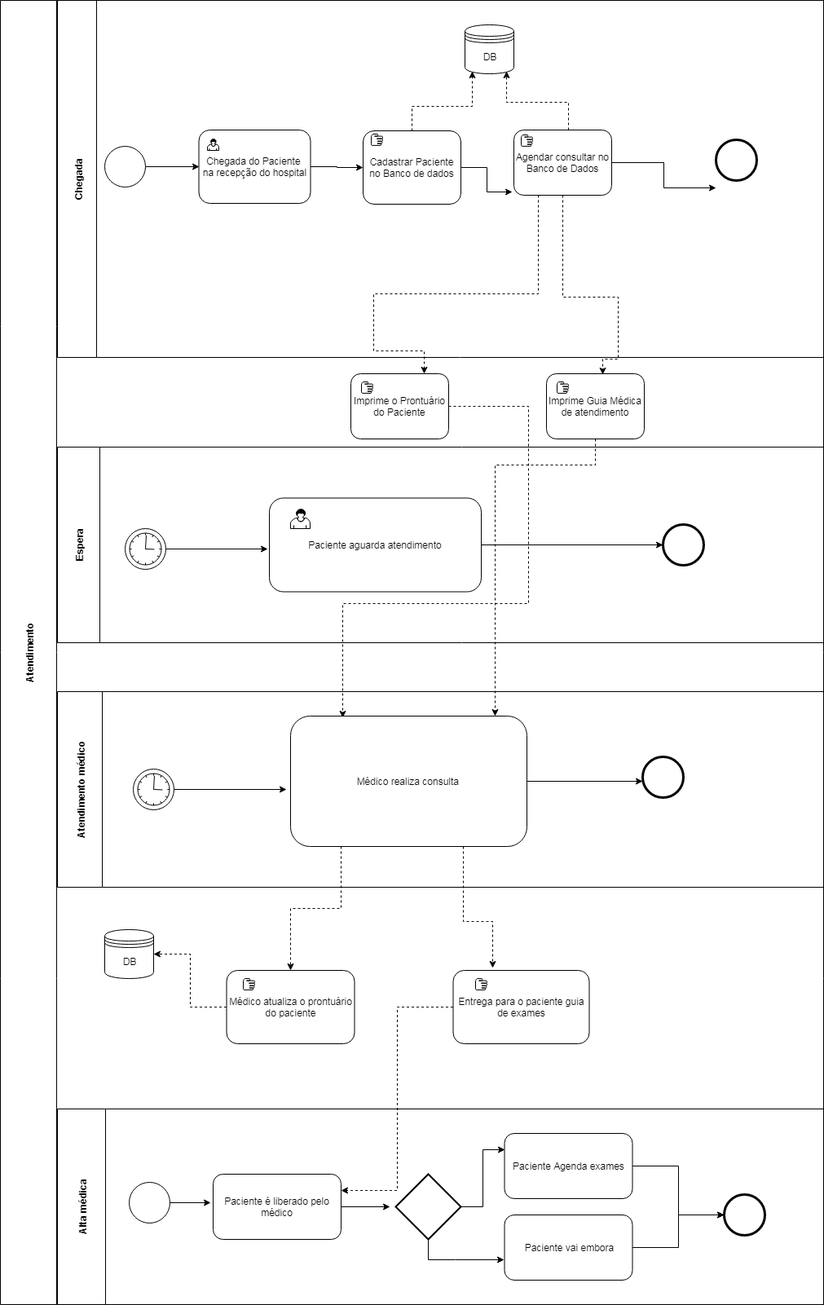
The draw.io diagram Untitled Diagram.png in ArieiiV/BPMN, before a commit. Source tidied: cells renumbered, new cells last; positions are measured from the earlier drawing's top-left corner, leaving out a move shared by most shapes.
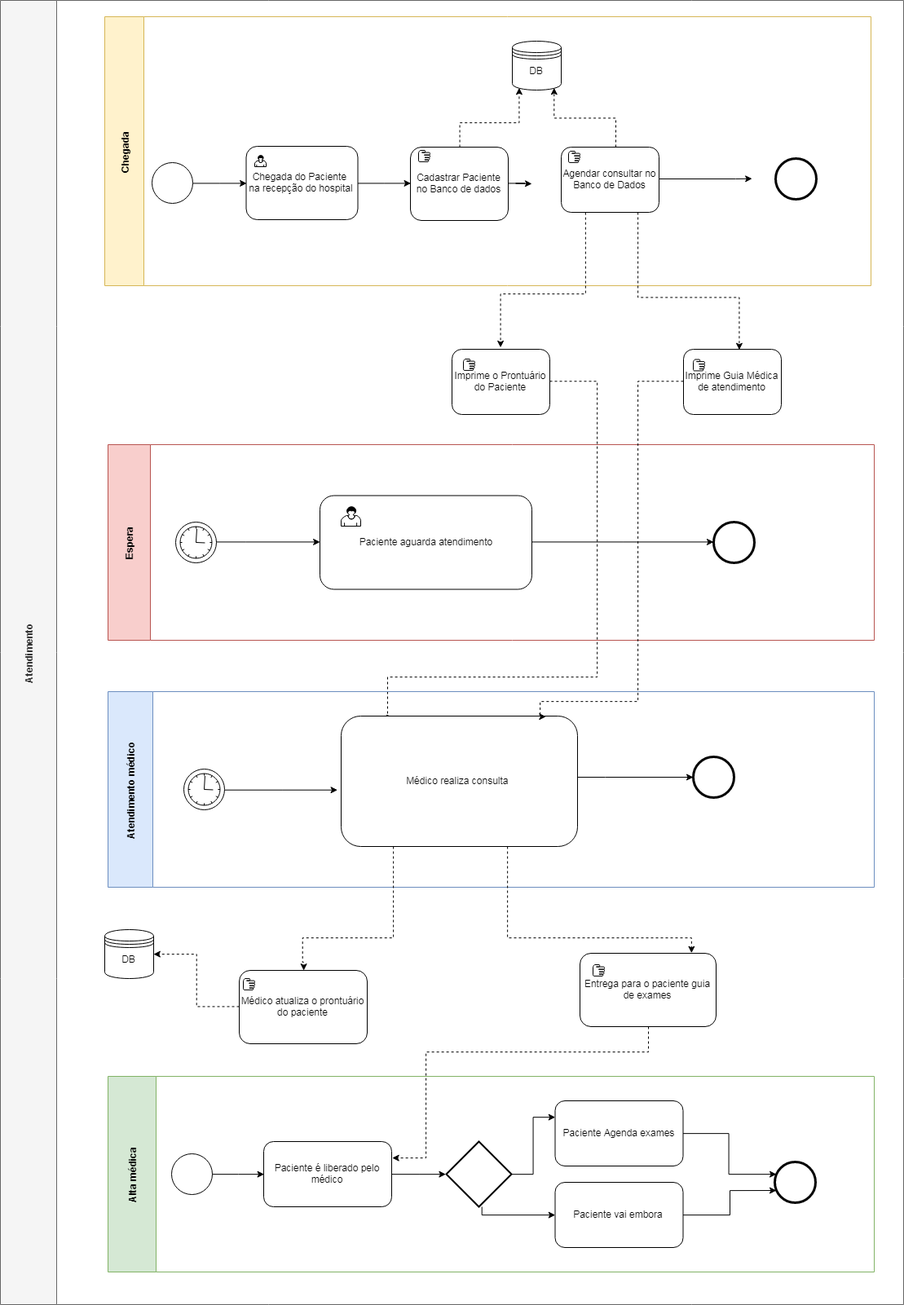
The same file after the commit.

Diff of the diagram source:
```diff
@@ -2,11 +2,11 @@
   <root>
     <mxCell id="0" />
     <mxCell id="1" parent="0" />
-    <mxCell id="2" value="Atendimento" style="swimlane;html=1;horizontal=0;startSize=69;" parent="1" vertex="1">
-      <mxGeometry width="1010" height="1600" as="geometry" />
+    <mxCell id="2" value="Atendimento" style="swimlane;html=1;horizontal=0;startSize=69;fillColor=#f5f5f5;strokeColor=#666666;fontColor=#333333;" parent="1" vertex="1">
+      <mxGeometry width="1108" height="1600" as="geometry" />
     </mxCell>
-    <mxCell id="3" value="Chegada" style="swimlane;html=1;horizontal=0;startSize=48;" parent="2" vertex="1">
-      <mxGeometry x="70" width="940" height="438" as="geometry" />
+    <mxCell id="3" value="Chegada" style="swimlane;html=1;horizontal=0;startSize=48;fillColor=#fff2cc;strokeColor=#d6b656;" parent="2" vertex="1">
+      <mxGeometry x="128" y="20" width="940" height="330" as="geometry" />
     </mxCell>
     <mxCell id="4" style="edgeStyle=orthogonalEdgeStyle;rounded=0;jettySize=auto;html=1;entryX=0;entryY=0.5;entryDx=0;entryDy=0;" parent="3" edge="1" source="5" target="14">
       <mxGeometry relative="1" as="geometry" />
@@ -37,13 +37,13 @@
       </mxGeometry>
     </mxCell>
     <mxCell id="10" value="Agendar consultar no Banco de Dados" style="shape=ext;rounded=1;html=1;whiteSpace=wrap;" parent="3" vertex="1">
-      <mxGeometry x="560" y="159" width="120" height="80" as="geometry" />
+      <mxGeometry x="560" y="160" width="120" height="80" as="geometry" />
     </mxCell>
     <mxCell id="11" style="shape=mxgraph.bpmn.manual_task;html=1;" parent="3" vertex="1">
       <mxGeometry x="569" y="165" width="14" height="14" as="geometry" />
     </mxCell>
     <mxCell id="12" style="shape=mxgraph.bpmn.shape;html=1;verticalLabelPosition=bottom;labelBackgroundColor=#ffffff;verticalAlign=top;align=center;perimeter=ellipsePerimeter;outline=end;symbol=general;" parent="3" vertex="1">
-      <mxGeometry x="808" y="171" width="50" height="50" as="geometry" />
+      <mxGeometry x="823" y="174" width="50" height="50" as="geometry" />
     </mxCell>
     <mxCell id="13" style="edgeStyle=orthogonalEdgeStyle;rounded=0;jettySize=auto;html=1;entryX=0.5;entryY=1;entryDx=0;entryDy=0;" parent="3" edge="1" source="14" target="7">
       <mxGeometry relative="1" as="geometry" />
@@ -60,23 +60,23 @@
     <mxCell id="17" style="edgeStyle=orthogonalEdgeStyle;rounded=0;jettySize=auto;html=1;entryX=0.221;entryY=0.013;entryDx=0;entryDy=0;entryPerimeter=0;dashed=1;" parent="2" edge="1" source="18" target="30">
       <mxGeometry relative="1" as="geometry">
         <Array as="points">
-          <mxPoint x="648" y="498" />
-          <mxPoint x="648" y="740" />
-          <mxPoint x="420" y="740" />
+          <mxPoint x="732" y="468" />
+          <mxPoint x="732" y="830" />
+          <mxPoint x="475" y="830" />
         </Array>
       </mxGeometry>
     </mxCell>
     <mxCell id="18" value="Imprime o Prontuário do Paciente" style="shape=ext;rounded=1;html=1;whiteSpace=wrap;" parent="2" vertex="1">
-      <mxGeometry x="430" y="458" width="120" height="80" as="geometry" />
+      <mxGeometry x="554" y="428" width="120" height="80" as="geometry" />
     </mxCell>
     <mxCell id="19" value="Imprime Guia Médica de atendimento" style="shape=ext;rounded=1;html=1;whiteSpace=wrap;" parent="2" vertex="1">
-      <mxGeometry x="670" y="458" width="120" height="80" as="geometry" />
+      <mxGeometry x="838" y="428" width="120" height="80" as="geometry" />
     </mxCell>
-    <mxCell id="20" value="Espera" style="swimlane;html=1;horizontal=0;startSize=52;" parent="2" vertex="1">
-      <mxGeometry x="70" y="548" width="940" height="240" as="geometry" />
+    <mxCell id="20" value="Espera" style="swimlane;html=1;horizontal=0;startSize=52;fillColor=#f8cecc;strokeColor=#b85450;" parent="2" vertex="1">
+      <mxGeometry x="132" y="545" width="940" height="240" as="geometry" />
     </mxCell>
     <mxCell id="21" style="shape=mxgraph.bpmn.shape;html=1;verticalLabelPosition=bottom;labelBackgroundColor=#ffffff;verticalAlign=top;align=center;perimeter=ellipsePerimeter;outlineConnect=0;outline=standard;symbol=timer;" parent="20" vertex="1">
-      <mxGeometry x="83" y="100" width="50" height="50" as="geometry" />
+      <mxGeometry x="83" y="95" width="50" height="50" as="geometry" />
     </mxCell>
     <mxCell id="22" style="edgeStyle=orthogonalEdgeStyle;rounded=0;jettySize=auto;html=1;entryX=0;entryY=0.5;entryDx=0;entryDy=0;" parent="20" edge="1" source="23" target="24">
       <mxGeometry relative="1" as="geometry" />
@@ -90,24 +90,30 @@
     <mxCell id="25" style="shape=mxgraph.bpmn.user_task;html=1;" parent="20" vertex="1">
       <mxGeometry x="286" y="76" width="24" height="24" as="geometry" />
     </mxCell>
+    <mxCell id="56" style="edgeStyle=orthogonalEdgeStyle;rounded=0;jettySize=auto;html=1;entryX=0;entryY=0.5;entryDx=0;entryDy=0;" parent="20" edge="1" source="21" target="23">
+      <mxGeometry relative="1" as="geometry">
+        <Array as="points">
+          <mxPoint x="169" y="120" />
+          <mxPoint x="169" y="120" />
+        </Array>
+      </mxGeometry>
+    </mxCell>
     <mxCell id="26" style="shape=mxgraph.bpmn.manual_task;html=1;" parent="2" vertex="1">
-      <mxGeometry x="443" y="468" width="14" height="14" as="geometry" />
+      <mxGeometry x="568" y="440" width="14" height="14" as="geometry" />
     </mxCell>
     <mxCell id="27" style="shape=mxgraph.bpmn.manual_task;html=1;" parent="2" vertex="1">
-      <mxGeometry x="683" y="468" width="14" height="14" as="geometry" />
+      <mxGeometry x="850" y="440.5" width="14" height="14" as="geometry" />
     </mxCell>
-    <mxCell id="28" style="edgeStyle=orthogonalEdgeStyle;rounded=0;jettySize=auto;html=1;exitX=0.25;exitY=1;exitDx=0;exitDy=0;entryX=0.75;entryY=0;entryDx=0;entryDy=0;dashed=1;" parent="2" edge="1" source="10" target="18">
+    <mxCell id="28" style="edgeStyle=orthogonalEdgeStyle;rounded=0;jettySize=auto;html=1;exitX=0.25;exitY=1;exitDx=0;exitDy=0;dashed=1;entryX=0.497;entryY=-0.03;entryDx=0;entryDy=0;entryPerimeter=0;" parent="2" edge="1" source="10" target="18">
       <mxGeometry relative="1" as="geometry">
         <Array as="points">
-          <mxPoint x="660" y="360" />
-          <mxPoint x="458" y="360" />
-          <mxPoint x="458" y="430" />
-          <mxPoint x="520" y="430" />
+          <mxPoint x="718" y="360" />
+          <mxPoint x="614" y="360" />
         </Array>
       </mxGeometry>
     </mxCell>
-    <mxCell id="29" value="Atendimento médico" style="swimlane;html=1;horizontal=0;startSize=55;" parent="2" vertex="1">
-      <mxGeometry x="70" y="848" width="940" height="240" as="geometry" />
+    <mxCell id="29" value="Atendimento médico" style="swimlane;html=1;horizontal=0;startSize=55;fillColor=#dae8fc;strokeColor=#6c8ebf;" parent="2" vertex="1">
+      <mxGeometry x="132" y="848" width="940" height="240" as="geometry" />
     </mxCell>
     <mxCell id="30" value="Médico realiza consulta&amp;nbsp;" style="shape=ext;rounded=1;html=1;whiteSpace=wrap;" parent="29" vertex="1">
       <mxGeometry x="286" y="30" width="290" height="160" as="geometry" />
@@ -121,63 +127,82 @@
     <mxCell id="33" style="shape=mxgraph.bpmn.shape;html=1;verticalLabelPosition=bottom;labelBackgroundColor=#ffffff;verticalAlign=top;align=center;perimeter=ellipsePerimeter;outlineConnect=0;outline=end;symbol=general;" parent="29" vertex="1">
       <mxGeometry x="718" y="80" width="50" height="50" as="geometry" />
     </mxCell>
+    <mxCell id="57" style="edgeStyle=orthogonalEdgeStyle;rounded=0;jettySize=auto;html=1;" parent="29" edge="1" source="30" target="33">
+      <mxGeometry relative="1" as="geometry">
+        <Array as="points">
+          <mxPoint x="610" y="105" />
+          <mxPoint x="610" y="105" />
+        </Array>
+      </mxGeometry>
+    </mxCell>
     <mxCell id="34" style="edgeStyle=orthogonalEdgeStyle;rounded=0;jettySize=auto;html=1;entryX=1;entryY=0.5;entryDx=0;entryDy=0;dashed=1;" parent="2" edge="1" source="35" target="51">
       <mxGeometry relative="1" as="geometry" />
     </mxCell>
     <mxCell id="35" value="Médico atualiza o prontuário do paciente" style="shape=ext;rounded=1;html=1;whiteSpace=wrap;" parent="2" vertex="1">
-      <mxGeometry x="277.5" y="1190" width="157" height="90" as="geometry" />
+      <mxGeometry x="293" y="1190" width="157" height="90" as="geometry" />
     </mxCell>
     <mxCell id="36" style="edgeStyle=orthogonalEdgeStyle;rounded=0;jettySize=auto;html=1;entryX=1;entryY=0.25;entryDx=0;entryDy=0;dashed=1;" parent="2" edge="1" source="37" target="47">
-      <mxGeometry relative="1" as="geometry" />
+      <mxGeometry relative="1" as="geometry">
+        <Array as="points">
+          <mxPoint x="795" y="1290" />
+          <mxPoint x="522" y="1290" />
+          <mxPoint x="522" y="1420" />
+        </Array>
+      </mxGeometry>
     </mxCell>
     <mxCell id="37" value="Entrega para o paciente guia de exames" style="shape=ext;rounded=1;html=1;whiteSpace=wrap;" parent="2" vertex="1">
-      <mxGeometry x="555.5" y="1190" width="167" height="90" as="geometry" />
+      <mxGeometry x="711" y="1169" width="167" height="90" as="geometry" />
     </mxCell>
     <mxCell id="38" style="edgeStyle=orthogonalEdgeStyle;rounded=0;jettySize=auto;html=1;entryX=0.575;entryY=0.013;entryDx=0;entryDy=0;entryPerimeter=0;dashed=1;" parent="2" edge="1" source="10" target="19">
       <mxGeometry relative="1" as="geometry">
         <Array as="points">
-          <mxPoint x="690" y="364" />
-          <mxPoint x="758" y="364" />
-          <mxPoint x="758" y="440" />
-          <mxPoint x="739" y="440" />
+          <mxPoint x="782" y="364" />
+          <mxPoint x="907" y="364" />
         </Array>
       </mxGeometry>
     </mxCell>
     <mxCell id="39" style="edgeStyle=orthogonalEdgeStyle;rounded=0;jettySize=auto;html=1;dashed=1;entryX=0.866;entryY=0;entryDx=0;entryDy=0;entryPerimeter=0;" parent="2" edge="1" source="19" target="30">
       <mxGeometry relative="1" as="geometry">
         <Array as="points">
-          <mxPoint x="730" y="570" />
-          <mxPoint x="607" y="570" />
+          <mxPoint x="782" y="468" />
+          <mxPoint x="782" y="860" />
+          <mxPoint x="662" y="860" />
         </Array>
       </mxGeometry>
     </mxCell>
     <mxCell id="40" style="edgeStyle=orthogonalEdgeStyle;rounded=0;jettySize=auto;html=1;entryX=0.5;entryY=0;entryDx=0;entryDy=0;dashed=1;" parent="2" edge="1" source="30" target="35">
       <mxGeometry relative="1" as="geometry">
         <Array as="points">
-          <mxPoint x="418" y="1114" />
-          <mxPoint x="356" y="1114" />
+          <mxPoint x="482" y="1150" />
+          <mxPoint x="371" y="1150" />
+          <mxPoint x="371" y="1180" />
         </Array>
       </mxGeometry>
     </mxCell>
-    <mxCell id="41" style="edgeStyle=orthogonalEdgeStyle;rounded=0;jettySize=auto;html=1;entryX=0.29;entryY=-0.033;entryDx=0;entryDy=0;entryPerimeter=0;dashed=1;" parent="2" edge="1" source="30" target="37">
+    <mxCell id="41" style="edgeStyle=orthogonalEdgeStyle;rounded=0;jettySize=auto;html=1;dashed=1;entryX=0.818;entryY=0;entryDx=0;entryDy=0;entryPerimeter=0;" parent="2" edge="1" source="30" target="37">
       <mxGeometry relative="1" as="geometry">
         <Array as="points">
-          <mxPoint x="568" y="1130" />
-          <mxPoint x="604" y="1130" />
+          <mxPoint x="622" y="1150" />
+          <mxPoint x="848" y="1150" />
         </Array>
       </mxGeometry>
     </mxCell>
-    <mxCell id="42" value="Alta médica" style="swimlane;html=1;horizontal=0;startSize=59;" parent="2" vertex="1">
-      <mxGeometry x="70" y="1360" width="940" height="240" as="geometry" />
+    <mxCell id="42" value="Alta médica" style="swimlane;html=1;horizontal=0;startSize=59;fillColor=#d5e8d4;strokeColor=#82b366;" parent="2" vertex="1">
+      <mxGeometry x="132" y="1320" width="940" height="240" as="geometry" />
     </mxCell>
-    <mxCell id="43" style="edgeStyle=orthogonalEdgeStyle;rounded=0;jettySize=auto;html=1;entryX=0;entryY=0.5;entryDx=0;entryDy=0;" parent="42" edge="1" source="44" target="50">
-      <mxGeometry relative="1" as="geometry" />
+    <mxCell id="43" style="edgeStyle=orthogonalEdgeStyle;rounded=0;jettySize=auto;html=1;" parent="42" edge="1" source="44" target="50">
+      <mxGeometry relative="1" as="geometry">
+        <Array as="points">
+          <mxPoint x="762" y="70" />
+          <mxPoint x="762" y="120" />
+        </Array>
+      </mxGeometry>
     </mxCell>
     <mxCell id="44" value="Paciente Agenda exames" style="shape=ext;rounded=1;html=1;whiteSpace=wrap;" parent="42" vertex="1">
       <mxGeometry x="548.5" y="30" width="157" height="80" as="geometry" />
     </mxCell>
     <mxCell id="45" style="shape=mxgraph.bpmn.shape;html=1;verticalLabelPosition=bottom;labelBackgroundColor=#ffffff;verticalAlign=top;align=center;perimeter=ellipsePerimeter;outlineConnect=0;outline=standard;symbol=general;" parent="42" vertex="1">
-      <mxGeometry x="88" y="90" width="50" height="50" as="geometry" />
+      <mxGeometry x="78" y="95" width="50" height="50" as="geometry" />
     </mxCell>
     <mxCell id="46" style="strokeWidth=2;html=1;shape=mxgraph.flowchart.decision;whiteSpace=wrap;" parent="42" vertex="1">
       <mxGeometry x="415" y="80" width="80" height="80" as="geometry" />
@@ -194,6 +219,19 @@
     <mxCell id="50" style="shape=mxgraph.bpmn.shape;html=1;verticalLabelPosition=bottom;labelBackgroundColor=#ffffff;verticalAlign=top;align=center;perimeter=ellipsePerimeter;outlineConnect=0;outline=end;symbol=general;" parent="42" vertex="1">
       <mxGeometry x="818" y="105" width="50" height="50" as="geometry" />
     </mxCell>
+    <mxCell id="60" style="edgeStyle=orthogonalEdgeStyle;rounded=0;jettySize=auto;html=1;entryX=0;entryY=0.5;entryDx=0;entryDy=0;" parent="42" edge="1" source="46" target="48">
+      <mxGeometry relative="1" as="geometry">
+        <Array as="points">
+          <mxPoint x="459" y="170" />
+        </Array>
+      </mxGeometry>
+    </mxCell>
+    <mxCell id="58" style="edgeStyle=orthogonalEdgeStyle;rounded=0;jettySize=auto;html=1;entryX=0;entryY=0.5;entryDx=0;entryDy=0;" parent="42" edge="1" source="45" target="47">
+      <mxGeometry relative="1" as="geometry" />
+    </mxCell>
+    <mxCell id="59" style="edgeStyle=orthogonalEdgeStyle;rounded=0;jettySize=auto;html=1;entryX=0;entryY=0.5;entryDx=0;entryDy=0;entryPerimeter=0;" parent="42" edge="1" source="47" target="46">
+      <mxGeometry relative="1" as="geometry" />
+    </mxCell>
     <mxCell id="51" value="DB" style="shape=datastore;whiteSpace=wrap;html=1;" parent="2" vertex="1">
       <mxGeometry x="128" y="1140" width="60" height="60" as="geometry" />
     </mxCell>
@@ -201,50 +239,24 @@
       <mxGeometry x="298" y="1200" width="14" height="14" as="geometry" />
     </mxCell>
     <mxCell id="53" style="shape=mxgraph.bpmn.manual_task;html=1;" parent="2" vertex="1">
-      <mxGeometry x="583" y="1200" width="14" height="14" as="geometry" />
+      <mxGeometry x="727" y="1183" width="14" height="14" as="geometry" />
     </mxCell>
     <mxCell id="54" style="edgeStyle=orthogonalEdgeStyle;rounded=0;jettySize=auto;html=1;" parent="1" edge="1" source="7">
       <mxGeometry relative="1" as="geometry">
-        <mxPoint x="628" y="235" as="targetPoint" />
+        <mxPoint x="652" y="225" as="targetPoint" />
       </mxGeometry>
     </mxCell>
     <mxCell id="55" style="edgeStyle=orthogonalEdgeStyle;rounded=0;jettySize=auto;html=1;" parent="1" edge="1" source="10">
       <mxGeometry relative="1" as="geometry">
-        <mxPoint x="878" y="230" as="targetPoint" />
+        <mxPoint x="922" y="219" as="targetPoint" />
+        <Array as="points">
+          <mxPoint x="902" y="219" />
+        </Array>
       </mxGeometry>
     </mxCell>
-    <mxCell id="56" style="edgeStyle=orthogonalEdgeStyle;rounded=0;jettySize=auto;html=1;" parent="1" edge="1" source="21">
-      <mxGeometry relative="1" as="geometry">
-        <mxPoint x="328" y="673" as="targetPoint" />
-      </mxGeometry>
-    </mxCell>
-    <mxCell id="57" style="edgeStyle=orthogonalEdgeStyle;rounded=0;jettySize=auto;html=1;" parent="1" edge="1" source="30">
-      <mxGeometry relative="1" as="geometry">
-        <mxPoint x="788" y="958" as="targetPoint" />
-      </mxGeometry>
-    </mxCell>
-    <mxCell id="58" style="edgeStyle=orthogonalEdgeStyle;rounded=0;jettySize=auto;html=1;" parent="1" edge="1" source="45">
-      <mxGeometry relative="1" as="geometry">
-        <mxPoint x="258" y="1475" as="targetPoint" />
-      </mxGeometry>
-    </mxCell>
-    <mxCell id="59" style="edgeStyle=orthogonalEdgeStyle;rounded=0;jettySize=auto;html=1;" parent="1" edge="1" source="47">
-      <mxGeometry relative="1" as="geometry">
-        <mxPoint x="478" y="1480" as="targetPoint" />
-      </mxGeometry>
-    </mxCell>
-    <mxCell id="60" style="edgeStyle=orthogonalEdgeStyle;rounded=0;jettySize=auto;html=1;" parent="1" edge="1" source="46">
-      <mxGeometry relative="1" as="geometry">
-        <mxPoint x="618" y="1545" as="targetPoint" />
-        <Array as="points">
-          <mxPoint x="525" y="1545" />
-          <mxPoint x="558" y="1545" />
-        </Array>
-      </mxGeometry>
-    </mxCell>
     <mxCell id="61" style="edgeStyle=orthogonalEdgeStyle;rounded=0;jettySize=auto;html=1;" parent="1" edge="1" source="48">
       <mxGeometry relative="1" as="geometry">
-        <mxPoint x="888" y="1490" as="targetPoint" />
+        <mxPoint x="952" y="1460" as="targetPoint" />
       </mxGeometry>
     </mxCell>
   </root>
```
